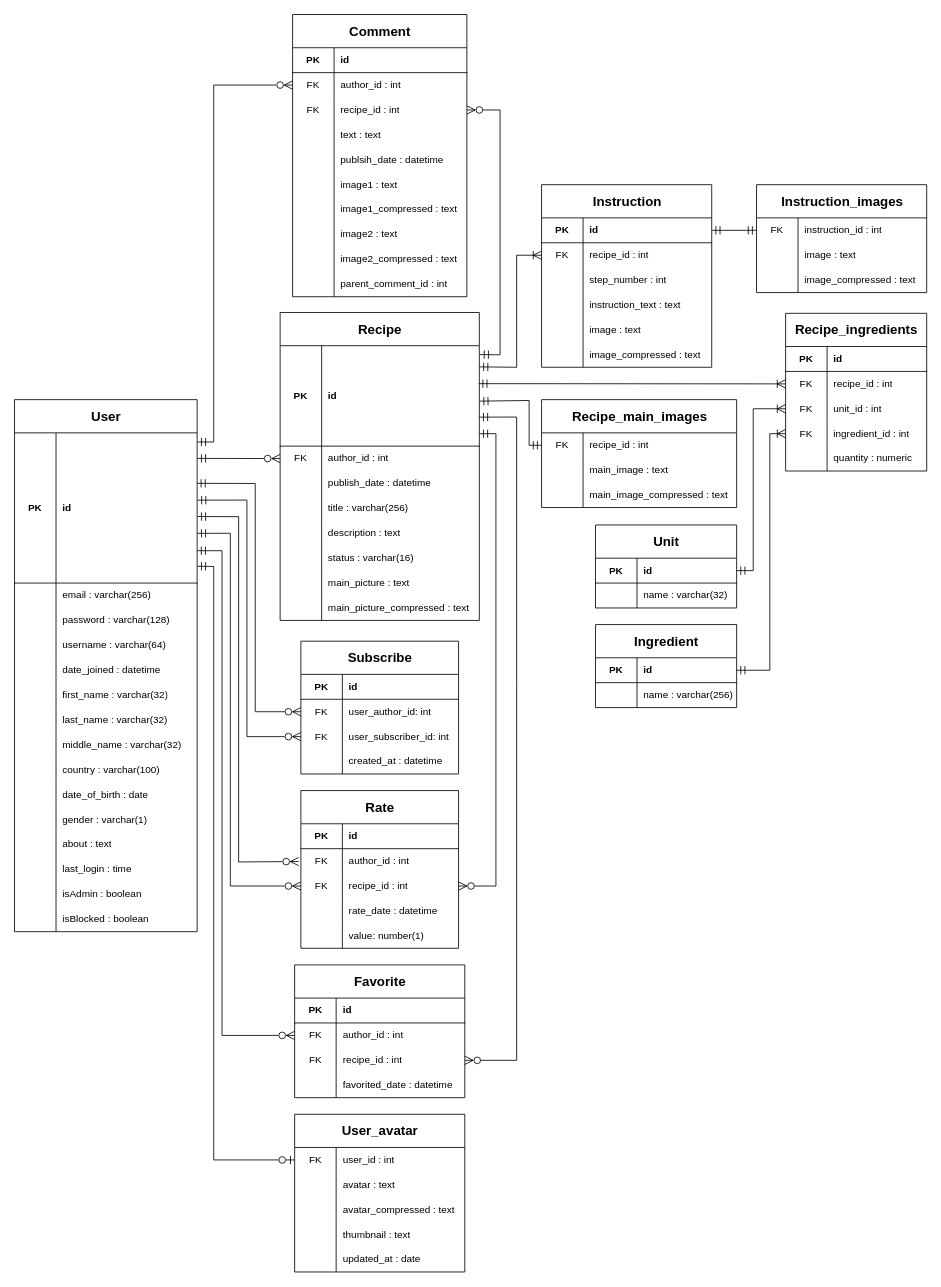
BullDigga/web-gastronomy keeps this draw.io diagram as docs/ER-diagram/ER-diagram — Web Gastronomy.drawio. Above is the earlier version. Source tidied: cells renumbered, new cells numbered last; positions are measured from the earlier drawing's top-left corner, leaving out a move shared by most shapes. Both pictures are drawn from the tidied source at 83%, with x=0, y=0 at pixel (14, 14).
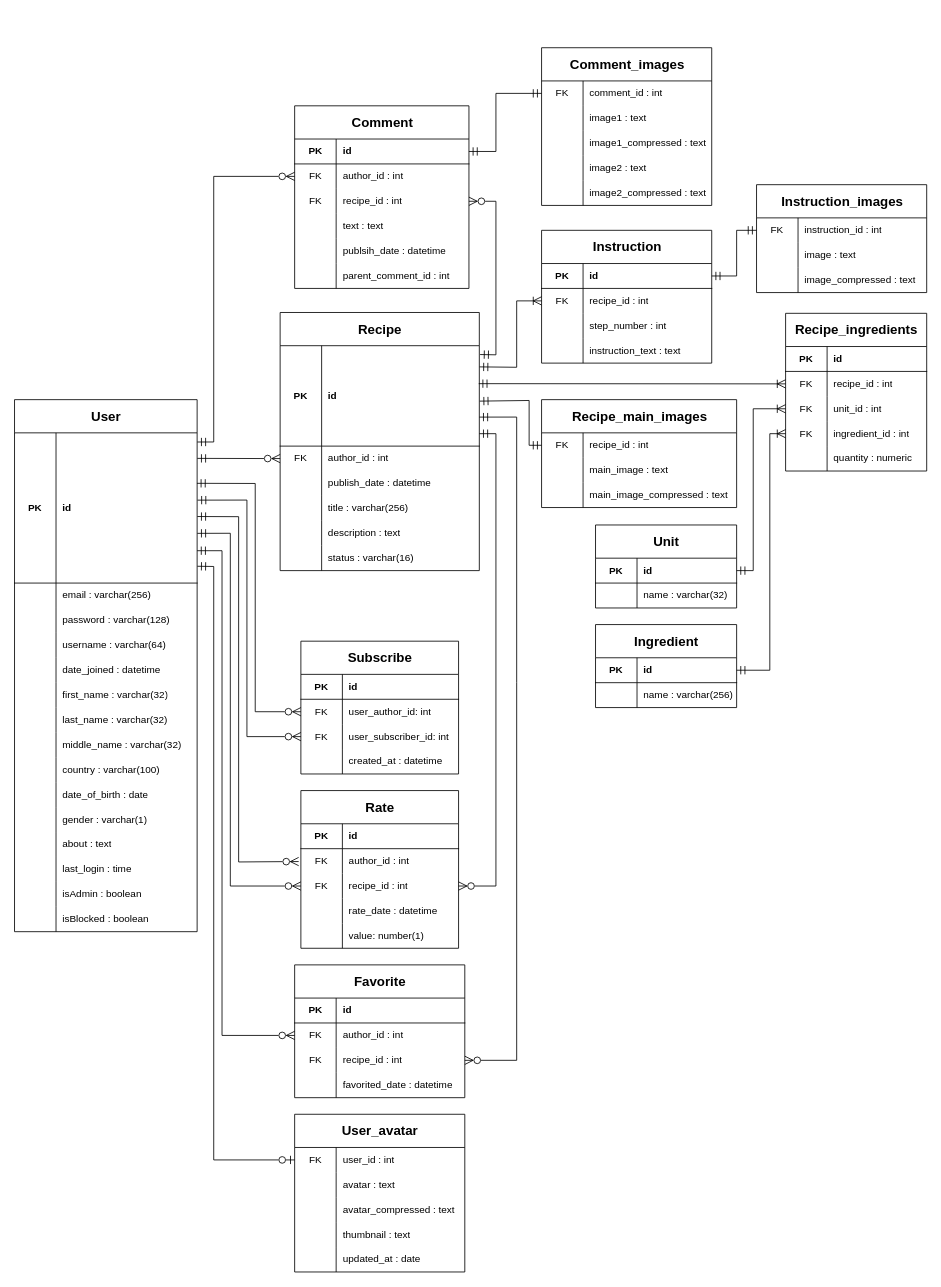
The same page after the edit.

The change refers to these unchanged cells:
```xml
<mxCell id="3" style="shape=tableRow;horizontal=0;startSize=0;swimlaneHead=0;swimlaneBody=0;fillColor=none;points=[[0,0.5],[1,0.5]];portConstraint=eastwest;top=0;left=0;right=0;bottom=1;" parent="2" vertex="1">
  <mxGeometry y="40" width="220" height="181" as="geometry" />
</mxCell>
<mxCell id="49" style="shape=tableRow;horizontal=0;startSize=0;swimlaneHead=0;swimlaneBody=0;fillColor=none;points=[[0,0.5],[1,0.5]];portConstraint=eastwest;top=0;left=0;right=0;bottom=1;" parent="48" vertex="1">
  <mxGeometry y="40" width="240" height="121" as="geometry" />
</mxCell>
<mxCell id="74" style="shape=tableRow;horizontal=0;startSize=0;swimlaneHead=0;swimlaneBody=0;fillColor=none;points=[[0,0.5],[1,0.5]];portConstraint=eastwest;top=0;left=0;right=0;bottom=1;" parent="73" vertex="1">
  <mxGeometry y="40" width="210" height="30" as="geometry" />
</mxCell>
<mxCell id="77" style="shape=tableRow;horizontal=0;startSize=0;swimlaneHead=0;swimlaneBody=0;fillColor=none;points=[[0,0.5],[1,0.5]];portConstraint=eastwest;top=0;left=0;right=0;bottom=0;" parent="73" vertex="1">
  <mxGeometry y="70" width="210" height="30" as="geometry" />
</mxCell>
<mxCell id="80" style="shape=tableRow;horizontal=0;startSize=0;swimlaneHead=0;swimlaneBody=0;fillColor=none;points=[[0,0.5],[1,0.5]];portConstraint=eastwest;top=0;left=0;right=0;bottom=0;" parent="73" vertex="1">
  <mxGeometry y="100" width="210" height="30" as="geometry" />
</mxCell>
<mxCell id="154" style="shape=tableRow;horizontal=0;startSize=0;swimlaneHead=0;swimlaneBody=0;fillColor=none;points=[[0,0.5],[1,0.5]];portConstraint=eastwest;top=0;left=0;right=0;bottom=1;" parent="153" vertex="1">
  <mxGeometry y="40" width="205" height="30" as="geometry" />
</mxCell>
<mxCell id="157" style="shape=tableRow;horizontal=0;startSize=0;swimlaneHead=0;swimlaneBody=0;fillColor=none;points=[[0,0.5],[1,0.5]];portConstraint=eastwest;top=0;left=0;right=0;bottom=0;" parent="153" vertex="1">
  <mxGeometry y="70" width="205" height="30" as="geometry" />
</mxCell>
<mxCell id="227" style="shape=tableRow;horizontal=0;startSize=0;swimlaneHead=0;swimlaneBody=0;fillColor=none;points=[[0,0.5],[1,0.5]];portConstraint=eastwest;top=0;left=0;right=0;bottom=0;" parent="226" vertex="1">
  <mxGeometry y="40" width="205" height="30" as="geometry" />
</mxCell>
```

Diff of the diagram source:
```diff
@@
     <mxCell id="48" value="Recipe" style="shape=table;startSize=40;childLayout=tableLayout;rowLines=0;fontStyle=1;align=center;html=1;fontSize=16;" parent="1" vertex="1">
-      <mxGeometry x="320" y="359" width="240" height="371" as="geometry" />
+      <mxGeometry x="320" y="359" width="240" height="311" as="geometry" />
     </mxCell>
@@
-    <mxCell id="67" style="shape=tableRow;horizontal=0;startSize=0;swimlaneHead=0;swimlaneBody=0;fillColor=none;top=0;left=0;right=0;bottom=0;" parent="48" vertex="1">
-      <mxGeometry y="311" width="240" height="30" as="geometry" />
-    </mxCell>
-    <mxCell id="68" style="shape=partialRectangle;fillColor=none;top=0;left=0;bottom=0;right=0;overflow=hidden;whiteSpace=wrap;html=1;" parent="67" vertex="1">
-      <mxGeometry width="50" height="30" as="geometry" />
-    </mxCell>
-    <mxCell id="69" value="main_picture : text" style="shape=partialRectangle;fillColor=none;top=0;left=0;bottom=0;right=0;align=left;spacingLeft=6;overflow=hidden;whiteSpace=wrap;html=1;" parent="67" vertex="1">
-      <mxGeometry x="50" width="190" height="30" as="geometry" />
-    </mxCell>
-    <mxCell id="70" style="shape=tableRow;horizontal=0;startSize=0;swimlaneHead=0;swimlaneBody=0;fillColor=none;top=0;left=0;right=0;bottom=0;" parent="48" vertex="1">
-      <mxGeometry y="341" width="240" height="30" as="geometry" />
-    </mxCell>
-    <mxCell id="71" style="shape=partialRectangle;fillColor=none;top=0;left=0;bottom=0;right=0;overflow=hidden;whiteSpace=wrap;html=1;" parent="70" vertex="1">
-      <mxGeometry width="50" height="30" as="geometry" />
-    </mxCell>
-    <mxCell id="72" value="main_picture_compressed : text" style="shape=partialRectangle;fillColor=none;top=0;left=0;bottom=0;right=0;align=left;spacingLeft=6;overflow=hidden;whiteSpace=wrap;html=1;" parent="70" vertex="1">
-      <mxGeometry x="50" width="190" height="30" as="geometry" />
-    </mxCell>
     <mxCell id="73" value="Comment" style="shape=table;startSize=40;childLayout=tableLayout;rowLines=0;fontStyle=1;align=center;html=1;fontSize=16;" parent="1" vertex="1">
-      <mxGeometry x="335" width="210" height="340" as="geometry" />
+      <mxGeometry x="337.5" y="110" width="210" height="220" as="geometry" />
     </mxCell>
@@
-    <mxCell id="89" style="shape=tableRow;horizontal=0;startSize=0;swimlaneHead=0;swimlaneBody=0;fillColor=none;top=0;left=0;right=0;bottom=0;" parent="73" vertex="1">
-      <mxGeometry y="190" width="210" height="30" as="geometry" />
-    </mxCell>
-    <mxCell id="90" style="shape=partialRectangle;fillColor=none;top=0;left=0;bottom=0;right=0;overflow=hidden;whiteSpace=wrap;html=1;" parent="89" vertex="1">
-      <mxGeometry width="50" height="30" as="geometry" />
-    </mxCell>
-    <mxCell id="91" value="image1 : text" style="shape=partialRectangle;fillColor=none;top=0;left=0;bottom=0;right=0;align=left;spacingLeft=6;overflow=hidden;whiteSpace=wrap;html=1;" parent="89" vertex="1">
-      <mxGeometry x="50" width="160" height="30" as="geometry" />
-    </mxCell>
-    <mxCell id="92" style="shape=tableRow;horizontal=0;startSize=0;swimlaneHead=0;swimlaneBody=0;fillColor=none;top=0;left=0;right=0;bottom=0;" parent="73" vertex="1">
-      <mxGeometry y="220" width="210" height="30" as="geometry" />
-    </mxCell>
-    <mxCell id="93" style="shape=partialRectangle;fillColor=none;top=0;left=0;bottom=0;right=0;overflow=hidden;whiteSpace=wrap;html=1;" parent="92" vertex="1">
-      <mxGeometry width="50" height="30" as="geometry" />
-    </mxCell>
-    <mxCell id="94" value="image1_compressed : text" style="shape=partialRectangle;fillColor=none;top=0;left=0;bottom=0;right=0;align=left;spacingLeft=6;overflow=hidden;whiteSpace=wrap;html=1;" parent="92" vertex="1">
-      <mxGeometry x="50" width="160" height="30" as="geometry" />
-    </mxCell>
-    <mxCell id="95" style="shape=tableRow;horizontal=0;startSize=0;swimlaneHead=0;swimlaneBody=0;fillColor=none;top=0;left=0;right=0;bottom=0;" parent="73" vertex="1">
-      <mxGeometry y="250" width="210" height="30" as="geometry" />
-    </mxCell>
-    <mxCell id="96" style="shape=partialRectangle;fillColor=none;top=0;left=0;bottom=0;right=0;overflow=hidden;whiteSpace=wrap;html=1;" parent="95" vertex="1">
-      <mxGeometry width="50" height="30" as="geometry" />
-    </mxCell>
-    <mxCell id="97" value="image2 : text" style="shape=partialRectangle;fillColor=none;top=0;left=0;bottom=0;right=0;align=left;spacingLeft=6;overflow=hidden;whiteSpace=wrap;html=1;" parent="95" vertex="1">
-      <mxGeometry x="50" width="160" height="30" as="geometry" />
-    </mxCell>
-    <mxCell id="98" style="shape=tableRow;horizontal=0;startSize=0;swimlaneHead=0;swimlaneBody=0;fillColor=none;top=0;left=0;right=0;bottom=0;" parent="73" vertex="1">
-      <mxGeometry y="280" width="210" height="30" as="geometry" />
-    </mxCell>
-    <mxCell id="99" style="shape=partialRectangle;fillColor=none;top=0;left=0;bottom=0;right=0;overflow=hidden;whiteSpace=wrap;html=1;" parent="98" vertex="1">
-      <mxGeometry width="50" height="30" as="geometry" />
-    </mxCell>
-    <mxCell id="100" value="image2_compressed : text" style="shape=partialRectangle;fillColor=none;top=0;left=0;bottom=0;right=0;align=left;spacingLeft=6;overflow=hidden;whiteSpace=wrap;html=1;" parent="98" vertex="1">
-      <mxGeometry x="50" width="160" height="30" as="geometry" />
-    </mxCell>
     <mxCell id="101" style="shape=tableRow;horizontal=0;startSize=0;swimlaneHead=0;swimlaneBody=0;fillColor=none;top=0;left=0;right=0;bottom=0;" parent="73" vertex="1">
-      <mxGeometry y="310" width="210" height="30" as="geometry" />
+      <mxGeometry y="190" width="210" height="30" as="geometry" />
     </mxCell>
@@
     <mxCell id="122" style="endArrow=ERmandOne;startArrow=ERzeroToMany;endFill=0;startFill=0;html=1;verticalAlign=bottom;labelBackgroundColor=none;strokeWidth=1;startSize=8;endSize=8;rounded=0;exitX=1;exitY=0.5;exitDx=0;exitDy=0;entryX=1.004;entryY=0.088;entryDx=0;entryDy=0;entryPerimeter=0;" parent="1" edge="1" source="80" target="49">
       <mxGeometry relative="1" as="geometry">
         <Array as="points">
-          <mxPoint x="585" y="115" />
-          <mxPoint x="585" y="410" />
+          <mxPoint x="580" y="225" />
+          <mxPoint x="580" y="410" />
         </Array>
       </mxGeometry>
     </mxCell>
@@
     <mxCell id="153" value="&lt;div&gt;&lt;span style=&quot;white-space: pre;&quot;&gt;Instruction&lt;/span&gt;&lt;/div&gt;" style="shape=table;startSize=40;childLayout=tableLayout;rowLines=0;fontStyle=1;align=center;html=1;fontSize=16;" parent="1" vertex="1">
-      <mxGeometry x="635" y="205" width="205" height="220" as="geometry" />
+      <mxGeometry x="635" y="260" width="205" height="160" as="geometry" />
     </mxCell>
@@
-    <mxCell id="166" style="shape=tableRow;horizontal=0;startSize=0;swimlaneHead=0;swimlaneBody=0;fillColor=none;top=0;left=0;right=0;bottom=0;" parent="153" vertex="1">
-      <mxGeometry y="160" width="205" height="30" as="geometry" />
-    </mxCell>
-    <mxCell id="167" style="shape=partialRectangle;fillColor=none;top=0;left=0;bottom=0;right=0;overflow=hidden;whiteSpace=wrap;html=1;" parent="166" vertex="1">
-      <mxGeometry width="50" height="30" as="geometry" />
-    </mxCell>
-    <mxCell id="168" value="image : text" style="shape=partialRectangle;fillColor=none;top=0;left=0;bottom=0;right=0;align=left;spacingLeft=6;overflow=hidden;whiteSpace=wrap;html=1;" parent="166" vertex="1">
-      <mxGeometry x="50" width="155" height="30" as="geometry" />
-    </mxCell>
-    <mxCell id="169" style="shape=tableRow;horizontal=0;startSize=0;swimlaneHead=0;swimlaneBody=0;fillColor=none;top=0;left=0;right=0;bottom=0;" parent="153" vertex="1">
-      <mxGeometry y="190" width="205" height="30" as="geometry" />
-    </mxCell>
-    <mxCell id="170" style="shape=partialRectangle;fillColor=none;top=0;left=0;bottom=0;right=0;overflow=hidden;whiteSpace=wrap;html=1;" parent="169" vertex="1">
-      <mxGeometry width="50" height="30" as="geometry" />
-    </mxCell>
-    <mxCell id="171" value="image_compressed : text" style="shape=partialRectangle;fillColor=none;top=0;left=0;bottom=0;right=0;align=left;spacingLeft=6;overflow=hidden;whiteSpace=wrap;html=1;" parent="169" vertex="1">
-      <mxGeometry x="50" width="155" height="30" as="geometry" />
-    </mxCell>
@@
     <mxCell id="175" style="endArrow=ERmandOne;startArrow=ERoneToMany;endFill=0;startFill=0;html=1;verticalAlign=bottom;labelBackgroundColor=none;strokeWidth=1;startSize=8;endSize=8;rounded=0;exitX=0;exitY=0.5;exitDx=0;exitDy=0;entryX=1.001;entryY=0.211;entryDx=0;entryDy=0;entryPerimeter=0;" parent="1" edge="1" source="157" target="49">
       <mxGeometry relative="1" as="geometry">
         <Array as="points">
-          <mxPoint x="605" y="290" />
+          <mxPoint x="605" y="345" />
           <mxPoint x="605" y="425" />
         </Array>
       </mxGeometry>
     </mxCell>
@@
     <mxCell id="202" style="endArrow=ERmandOne;startArrow=ERzeroToMany;endFill=0;startFill=0;html=1;verticalAlign=bottom;labelBackgroundColor=none;strokeWidth=1;startSize=8;endSize=8;rounded=0;exitX=0;exitY=0.5;exitDx=0;exitDy=0;entryX=1.001;entryY=0.061;entryDx=0;entryDy=0;entryPerimeter=0;" parent="1" edge="1" source="77" target="3">
       <mxGeometry relative="1" as="geometry">
         <Array as="points">
-          <mxPoint x="240" y="85" />
+          <mxPoint x="240" y="195" />
           <mxPoint x="240" y="515" />
         </Array>
       </mxGeometry>
     </mxCell>
@@
     <mxCell id="236" style="endArrow=ERmandOne;startArrow=ERmandOne;endFill=0;startFill=0;html=1;verticalAlign=bottom;labelBackgroundColor=none;strokeWidth=1;startSize=8;endSize=8;rounded=0;exitX=0;exitY=0.5;exitDx=0;exitDy=0;entryX=1;entryY=0.5;entryDx=0;entryDy=0;" parent="1" edge="1" source="227" target="154">
-      <mxGeometry relative="1" as="geometry" />
+      <mxGeometry relative="1" as="geometry">
+        <Array as="points">
+          <mxPoint x="870" y="260" />
+          <mxPoint x="870" y="315" />
+        </Array>
+      </mxGeometry>
     </mxCell>
@@
+    <mxCell id="248" value="Comment&lt;span style=&quot;white-space: pre;&quot;&gt;_images&lt;/span&gt;" style="shape=table;startSize=40;childLayout=tableLayout;rowLines=0;fontStyle=1;align=center;html=1;fontSize=16;" parent="1" vertex="1">
+      <mxGeometry x="635" y="40" width="205" height="190" as="geometry" />
+    </mxCell>
+    <mxCell id="249" style="shape=tableRow;horizontal=0;startSize=0;swimlaneHead=0;swimlaneBody=0;fillColor=none;points=[[0,0.5],[1,0.5]];portConstraint=eastwest;top=0;left=0;right=0;bottom=0;" parent="248" vertex="1">
+      <mxGeometry y="40" width="205" height="30" as="geometry" />
+    </mxCell>
+    <mxCell id="250" value="FK" style="shape=partialRectangle;fillColor=none;top=0;left=0;bottom=0;right=0;overflow=hidden;whiteSpace=wrap;html=1;" parent="249" vertex="1">
+      <mxGeometry width="50" height="30" as="geometry" />
+    </mxCell>
+    <mxCell id="251" value="comment_id : int" style="shape=partialRectangle;fillColor=none;top=0;left=0;bottom=0;right=0;align=left;spacingLeft=6;overflow=hidden;whiteSpace=wrap;html=1;" parent="249" vertex="1">
+      <mxGeometry x="50" width="155" height="30" as="geometry" />
+    </mxCell>
+    <mxCell id="252" style="shape=tableRow;horizontal=0;startSize=0;swimlaneHead=0;swimlaneBody=0;fillColor=none;top=0;left=0;right=0;bottom=0;" parent="248" vertex="1">
+      <mxGeometry y="70" width="205" height="30" as="geometry" />
+    </mxCell>
+    <mxCell id="253" style="shape=partialRectangle;fillColor=none;top=0;left=0;bottom=0;right=0;overflow=hidden;whiteSpace=wrap;html=1;" parent="252" vertex="1">
+      <mxGeometry width="50" height="30" as="geometry" />
+    </mxCell>
+    <mxCell id="91" value="image1 : text" style="shape=partialRectangle;fillColor=none;top=0;left=0;bottom=0;right=0;align=left;spacingLeft=6;overflow=hidden;whiteSpace=wrap;html=1;" parent="252" vertex="1">
+      <mxGeometry x="50" width="155" height="30" as="geometry" />
+    </mxCell>
+    <mxCell id="254" style="shape=tableRow;horizontal=0;startSize=0;swimlaneHead=0;swimlaneBody=0;fillColor=none;top=0;left=0;right=0;bottom=0;" parent="248" vertex="1">
+      <mxGeometry y="100" width="205" height="30" as="geometry" />
+    </mxCell>
+    <mxCell id="255" style="shape=partialRectangle;fillColor=none;top=0;left=0;bottom=0;right=0;overflow=hidden;whiteSpace=wrap;html=1;" parent="254" vertex="1">
+      <mxGeometry width="50" height="30" as="geometry" />
+    </mxCell>
+    <mxCell id="94" value="image1_compressed : text" style="shape=partialRectangle;fillColor=none;top=0;left=0;bottom=0;right=0;align=left;spacingLeft=6;overflow=hidden;whiteSpace=wrap;html=1;" parent="254" vertex="1">
+      <mxGeometry x="50" width="155" height="30" as="geometry" />
+    </mxCell>
+    <mxCell id="256" style="shape=tableRow;horizontal=0;startSize=0;swimlaneHead=0;swimlaneBody=0;fillColor=none;top=0;left=0;right=0;bottom=0;" parent="248" vertex="1">
+      <mxGeometry y="130" width="205" height="30" as="geometry" />
+    </mxCell>
+    <mxCell id="257" style="shape=partialRectangle;fillColor=none;top=0;left=0;bottom=0;right=0;overflow=hidden;whiteSpace=wrap;html=1;" parent="256" vertex="1">
+      <mxGeometry width="50" height="30" as="geometry" />
+    </mxCell>
+    <mxCell id="97" value="image2 : text" style="shape=partialRectangle;fillColor=none;top=0;left=0;bottom=0;right=0;align=left;spacingLeft=6;overflow=hidden;whiteSpace=wrap;html=1;" parent="256" vertex="1">
+      <mxGeometry x="50" width="155" height="30" as="geometry" />
+    </mxCell>
+    <mxCell id="166" style="shape=tableRow;horizontal=0;startSize=0;swimlaneHead=0;swimlaneBody=0;fillColor=none;top=0;left=0;right=0;bottom=0;" parent="248" vertex="1">
+      <mxGeometry y="160" width="205" height="30" as="geometry" />
+    </mxCell>
+    <mxCell id="258" style="shape=partialRectangle;fillColor=none;top=0;left=0;bottom=0;right=0;overflow=hidden;whiteSpace=wrap;html=1;" parent="166" vertex="1">
+      <mxGeometry width="50" height="30" as="geometry" />
+    </mxCell>
+    <mxCell id="100" value="image2_compressed : text" style="shape=partialRectangle;fillColor=none;top=0;left=0;bottom=0;right=0;align=left;spacingLeft=6;overflow=hidden;whiteSpace=wrap;html=1;" parent="166" vertex="1">
+      <mxGeometry x="50" width="155" height="30" as="geometry" />
+    </mxCell>
+    <mxCell id="259" style="endArrow=ERmandOne;startArrow=ERmandOne;endFill=0;startFill=0;html=1;verticalAlign=bottom;labelBackgroundColor=none;strokeWidth=1;startSize=8;endSize=8;rounded=0;exitX=0;exitY=0.5;exitDx=0;exitDy=0;entryX=1;entryY=0.5;entryDx=0;entryDy=0;" parent="1" edge="1" source="249" target="74">
+      <mxGeometry relative="1" as="geometry">
+        <Array as="points">
+          <mxPoint x="580" y="95" />
+          <mxPoint x="580" y="165" />
+        </Array>
+      </mxGeometry>
+    </mxCell>
```
